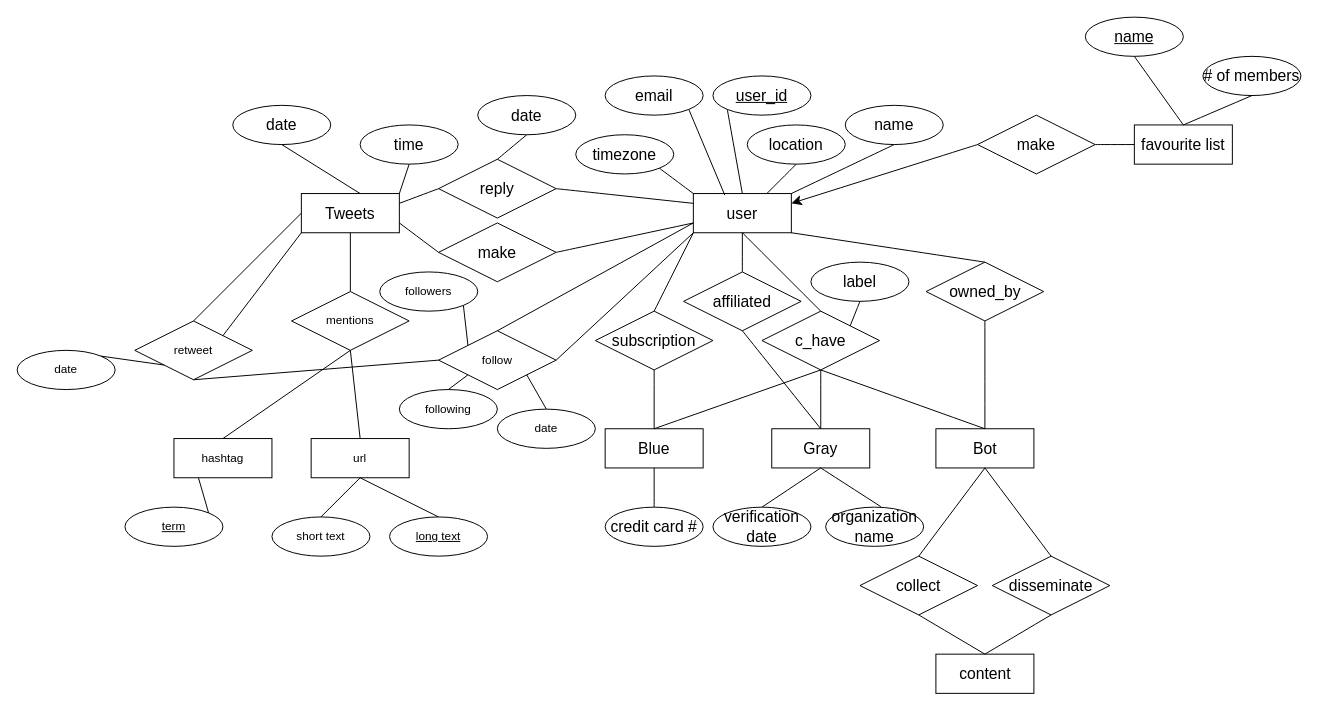
Earlier version of the draw.io diagram Part1/Daniel/Untitled Diagram.drawio (slappy163/291-Assignment-1). Source tidied: cells renumbered, new cells numbered last; positions are measured from the earlier drawing's top-left corner, leaving out a move shared by most shapes. Both pictures are drawn from the tidied source at 98%, with x=0, y=0 at pixel (17, 17).
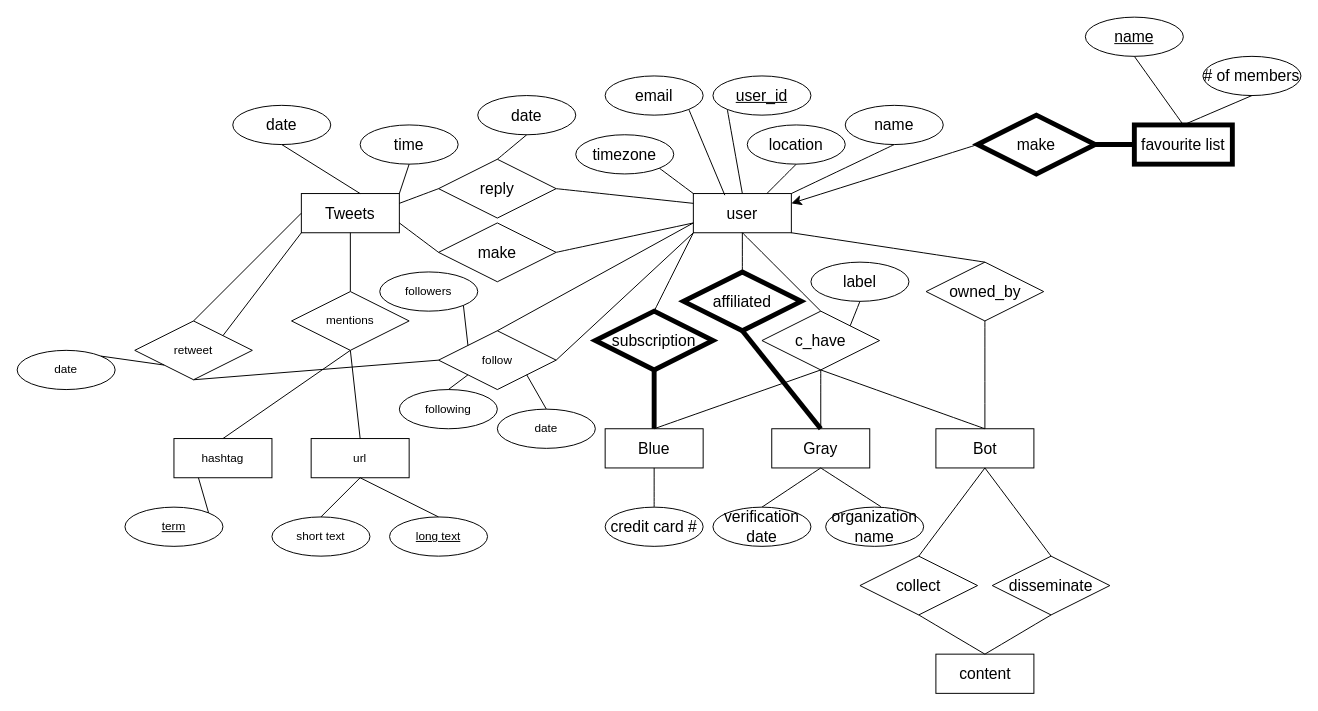
The same diagram, later.

Commit message:
thx papi

Unchanged cells that the change refers to:
```xml
<mxCell id="15" value="Gray" style="whiteSpace=wrap;html=1;align=center;fontSize=16;" parent="1" vertex="1">
  <mxGeometry x="770" y="420" width="100" height="40" as="geometry" />
</mxCell>
<mxCell id="16" value="Bot" style="whiteSpace=wrap;html=1;align=center;fontSize=16;" parent="1" vertex="1">
  <mxGeometry x="937.5" y="420" width="100" height="40" as="geometry" />
</mxCell>
<mxCell id="17" value="Blue" style="whiteSpace=wrap;html=1;align=center;fontSize=16;" parent="1" vertex="1">
  <mxGeometry x="600" y="420" width="100" height="40" as="geometry" />
</mxCell>
```

The edit, as a diff of the source:
```diff
@@
-    <mxCell id="20" value="subscription&lt;br&gt;" style="shape=rhombus;perimeter=rhombusPerimeter;whiteSpace=wrap;html=1;align=center;fontSize=16;" parent="1" vertex="1">
+    <mxCell id="20" value="subscription&lt;br&gt;" style="shape=rhombus;perimeter=rhombusPerimeter;whiteSpace=wrap;html=1;align=center;fontSize=16;strokeWidth=5;" parent="1" vertex="1">
       <mxGeometry x="590" y="300" width="120" height="60" as="geometry" />
     </mxCell>
-    <mxCell id="21" value="owned_by" style="shape=rhombus;perimeter=rhombusPerimeter;whiteSpace=wrap;html=1;align=center;fontSize=16;" parent="1" vertex="1">
+    <mxCell id="21" value="owned_by" style="shape=rhombus;perimeter=rhombusPerimeter;whiteSpace=wrap;html=1;align=center;fontSize=16;strokeWidth=1;" parent="1" vertex="1">
       <mxGeometry x="927.5" y="250" width="120" height="60" as="geometry" />
     </mxCell>
@@
-    <mxCell id="24" style="endArrow=none;html=1;rounded=0;fontSize=12;startSize=8;endSize=8;curved=1;exitX=0.5;exitY=1;exitDx=0;exitDy=0;" parent="1" edge="1" source="20" target="17">
+    <mxCell id="24" style="endArrow=none;html=1;rounded=0;fontSize=12;startSize=8;endSize=8;curved=1;exitX=0.5;exitY=1;exitDx=0;exitDy=0;strokeWidth=5;" parent="1" edge="1" source="20" target="17">
       <mxGeometry relative="1" as="geometry" />
     </mxCell>
@@
-    <mxCell id="28" style="endArrow=none;html=1;rounded=0;fontSize=12;startSize=8;endSize=8;curved=1;exitX=0.5;exitY=1;exitDx=0;exitDy=0;" parent="1" edge="1" source="21" target="16">
+    <mxCell id="28" style="endArrow=none;html=1;rounded=0;fontSize=12;startSize=8;endSize=8;curved=1;exitX=0.5;exitY=1;exitDx=0;exitDy=0;strokeWidth=1;" parent="1" edge="1" source="21" target="16">
       <mxGeometry relative="1" as="geometry" />
     </mxCell>
@@
-    <mxCell id="33" value="affiliated" style="shape=rhombus;perimeter=rhombusPerimeter;whiteSpace=wrap;html=1;align=center;fontSize=16;" parent="1" vertex="1">
+    <mxCell id="33" value="affiliated" style="shape=rhombus;perimeter=rhombusPerimeter;whiteSpace=wrap;html=1;align=center;fontSize=16;strokeWidth=5;" parent="1" vertex="1">
       <mxGeometry x="680" y="260" width="120" height="60" as="geometry" />
     </mxCell>
@@
-    <mxCell id="35" style="endArrow=none;html=1;rounded=0;fontSize=12;startSize=8;endSize=8;curved=1;exitX=0.5;exitY=1;exitDx=0;exitDy=0;entryX=0.5;entryY=0;entryDx=0;entryDy=0;" parent="1" edge="1" source="33" target="15">
+    <mxCell id="35" style="endArrow=none;html=1;rounded=0;fontSize=12;startSize=8;endSize=8;curved=1;exitX=0.5;exitY=1;exitDx=0;exitDy=0;entryX=0.5;entryY=0;entryDx=0;entryDy=0;strokeWidth=5;" parent="1" edge="1" source="33" target="15">
       <mxGeometry relative="1" as="geometry" />
     </mxCell>
@@
-    <mxCell id="39" value="make" style="shape=rhombus;perimeter=rhombusPerimeter;whiteSpace=wrap;html=1;align=center;fontSize=16;" parent="1" vertex="1">
+    <mxCell id="39" value="make" style="shape=rhombus;perimeter=rhombusPerimeter;whiteSpace=wrap;html=1;align=center;fontSize=16;strokeWidth=5;" parent="1" vertex="1">
       <mxGeometry x="980" y="100" width="120" height="60" as="geometry" />
     </mxCell>
-    <mxCell id="40" value="favourite list" style="whiteSpace=wrap;html=1;align=center;fontSize=16;" parent="1" vertex="1">
+    <mxCell id="40" value="favourite list" style="whiteSpace=wrap;html=1;align=center;fontSize=16;strokeWidth=5;" parent="1" vertex="1">
       <mxGeometry x="1140" y="110" width="100" height="40" as="geometry" />
     </mxCell>
@@
-    <mxCell id="43" style="endArrow=none;html=1;rounded=0;fontSize=12;startSize=8;endSize=8;curved=1;exitX=1;exitY=0.5;exitDx=0;exitDy=0;entryX=0;entryY=0.5;entryDx=0;entryDy=0;" parent="1" edge="1" source="39" target="40">
+    <mxCell id="43" style="endArrow=none;html=1;rounded=0;fontSize=12;startSize=8;endSize=8;curved=1;exitX=1;exitY=0.5;exitDx=0;exitDy=0;entryX=0;entryY=0.5;entryDx=0;entryDy=0;strokeWidth=5;" parent="1" edge="1" source="39" target="40">
       <mxGeometry relative="1" as="geometry" />
     </mxCell>
```
